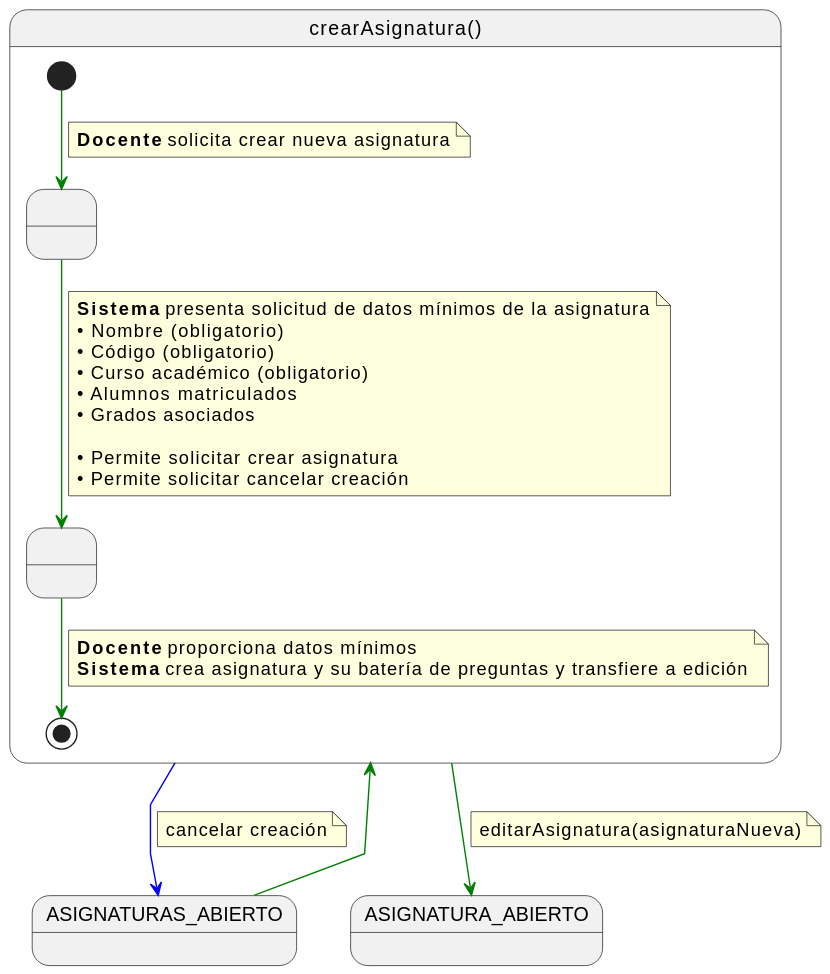
This is documents/casos-de-uso/detalladoCasosDeUso/crearAsignatura/crearAsignatura.svg from martinlopez7/25-26-IdSw1-SdR, a PlantUML export, as it was before one commit.
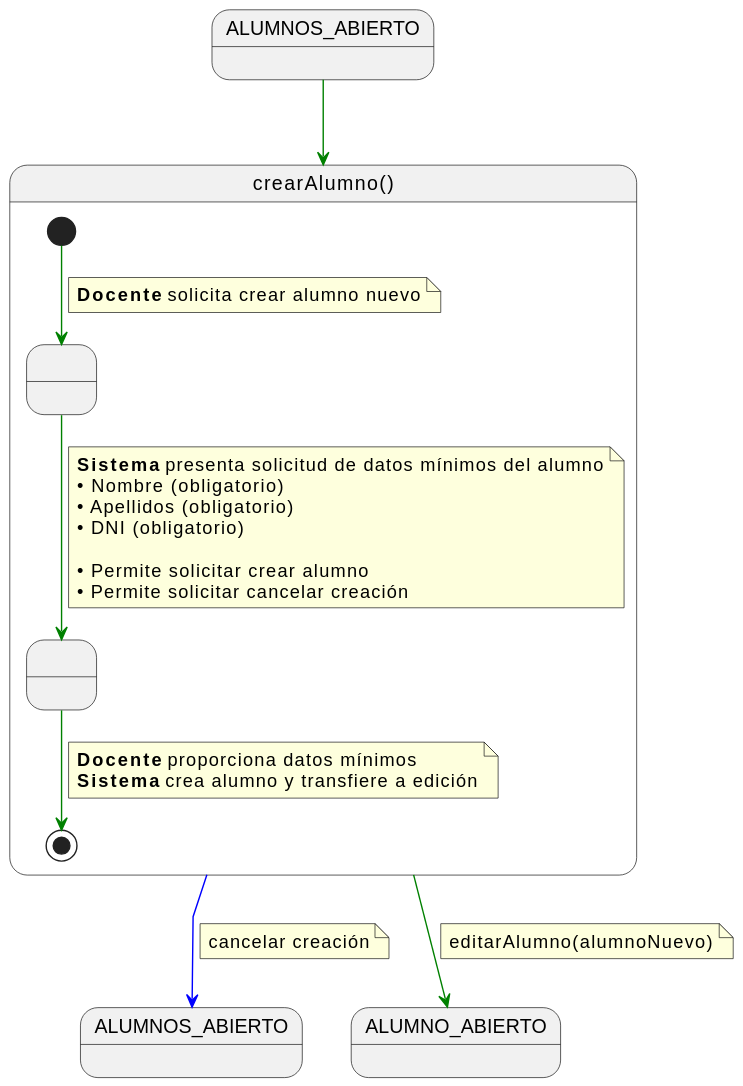
Above is the later version.

Diff of the diagram source:
```diff
@@ -1,44 +1,45 @@
 @startuml
 skinparam linetype polyline
 
-state crearAsignatura as "crearAsignatura()" {
+state ALUMNOS_ABIERTO
+state ALUMNOS_ABIERTO2 as "ALUMNOS_ABIERTO"
 
-    state " " as SolicitandoDatosAsignatura
-    state " " as CreandoAsignatura
+ALUMNOS_ABIERTO -[#green]-> crearAlumno
 
-    [*] -[#green]-> SolicitandoDatosAsignatura
+state crearAlumno as "crearAlumno()" {
+
+    state " " as SolicitandoDatos
+    state " " as CreandoAlumno
+
+    [*] -[#green]-> SolicitandoDatos
     note on link
-    <b>Docente</b> solicita crear nueva asignatura
+    <b>Docente</b> solicita crear alumno nuevo
     end note
 
-    SolicitandoDatosAsignatura -[#green]-> CreandoAsignatura
+    SolicitandoDatos -[#green]-> CreandoAlumno
     note on link
-    <b>Sistema</b> presenta solicitud de datos mínimos de la asignatura
+    <b>Sistema</b> presenta solicitud de datos mínimos del alumno
     • Nombre (obligatorio)
-    • Código (obligatorio)
-    • Curso académico (obligatorio)
-    • Alumnos matriculados
-    • Grados asociados
+    • Apellidos (obligatorio)
+    • DNI (obligatorio)
 
-    • Permite solicitar crear asignatura
+    • Permite solicitar crear alumno
     • Permite solicitar cancelar creación
     end note
 
-    CreandoAsignatura -[#green]-> [*]
+    CreandoAlumno -[#green]-> [*]
     note on link
     <b>Docente</b> proporciona datos mínimos
-    <b>Sistema</b> crea asignatura y su batería de preguntas y transfiere a edición
+    <b>Sistema</b> crea alumno y transfiere a edición
     end note
 }
 
-ASIGNATURAS_ABIERTO -[#green]-> crearAsignatura
-
-crearAsignatura -[#green]-> ASIGNATURA_ABIERTO
+crearAlumno -[#green]-> ALUMNO_ABIERTO
 note on link
-editarAsignatura(asignaturaNueva)
+editarAlumno(alumnoNuevo)
 end note
 
-crearAsignatura -[#blue]-> ASIGNATURAS_ABIERTO
+crearAlumno -[#blue]-> ALUMNOS_ABIERTO2
 note on link
 cancelar creación
 end note
```
